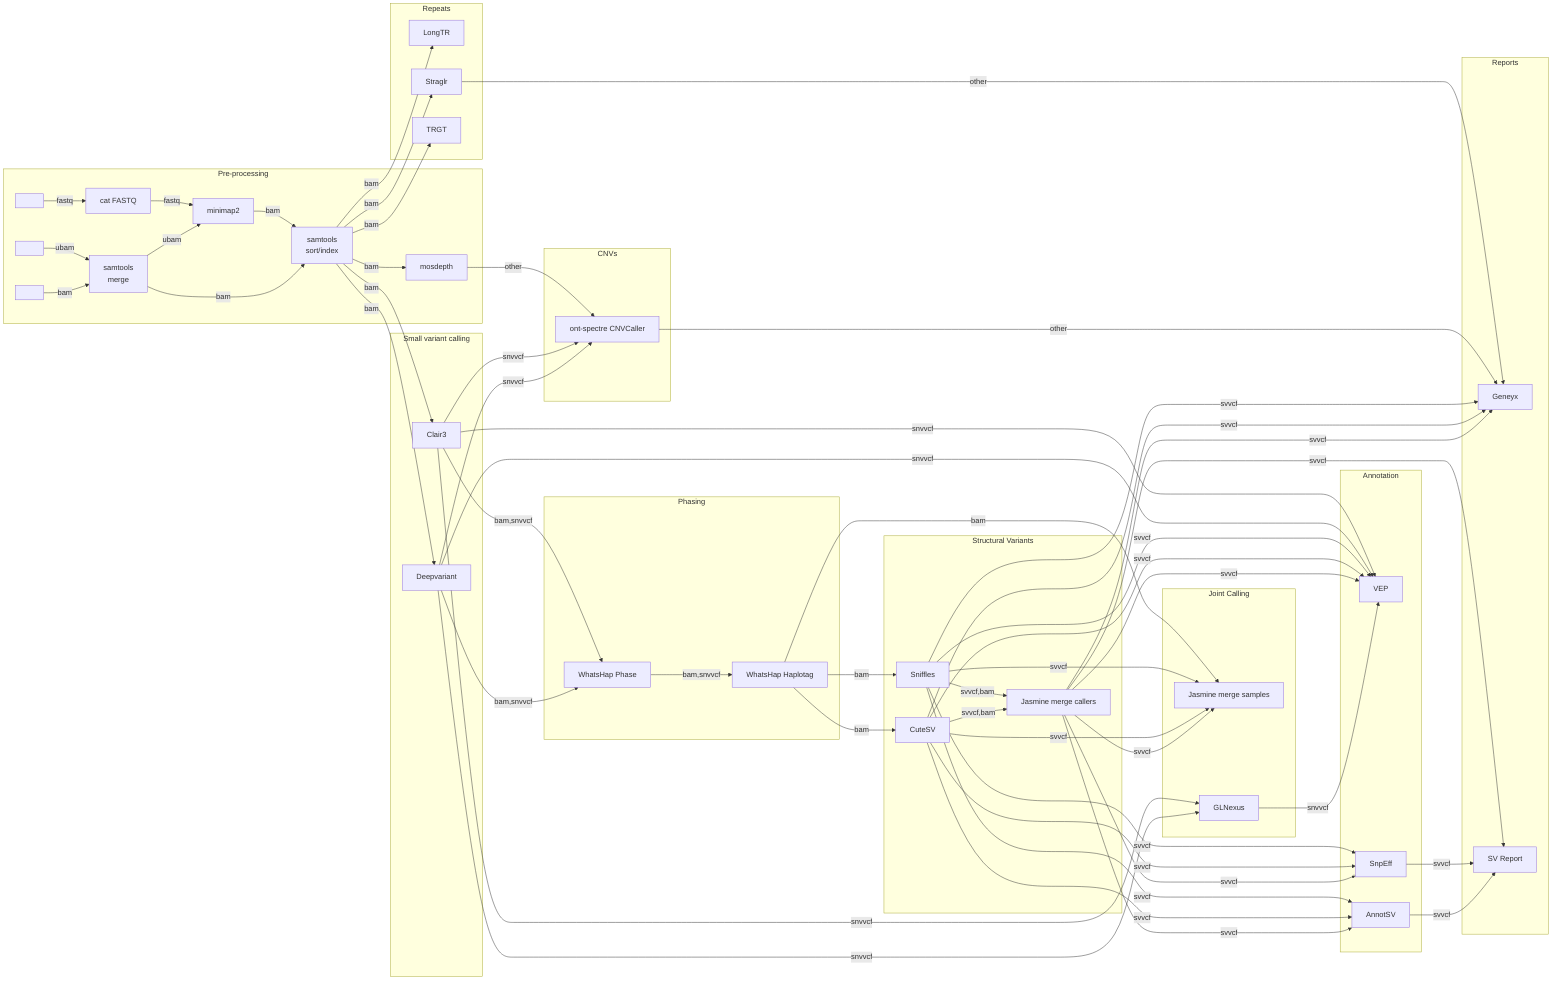
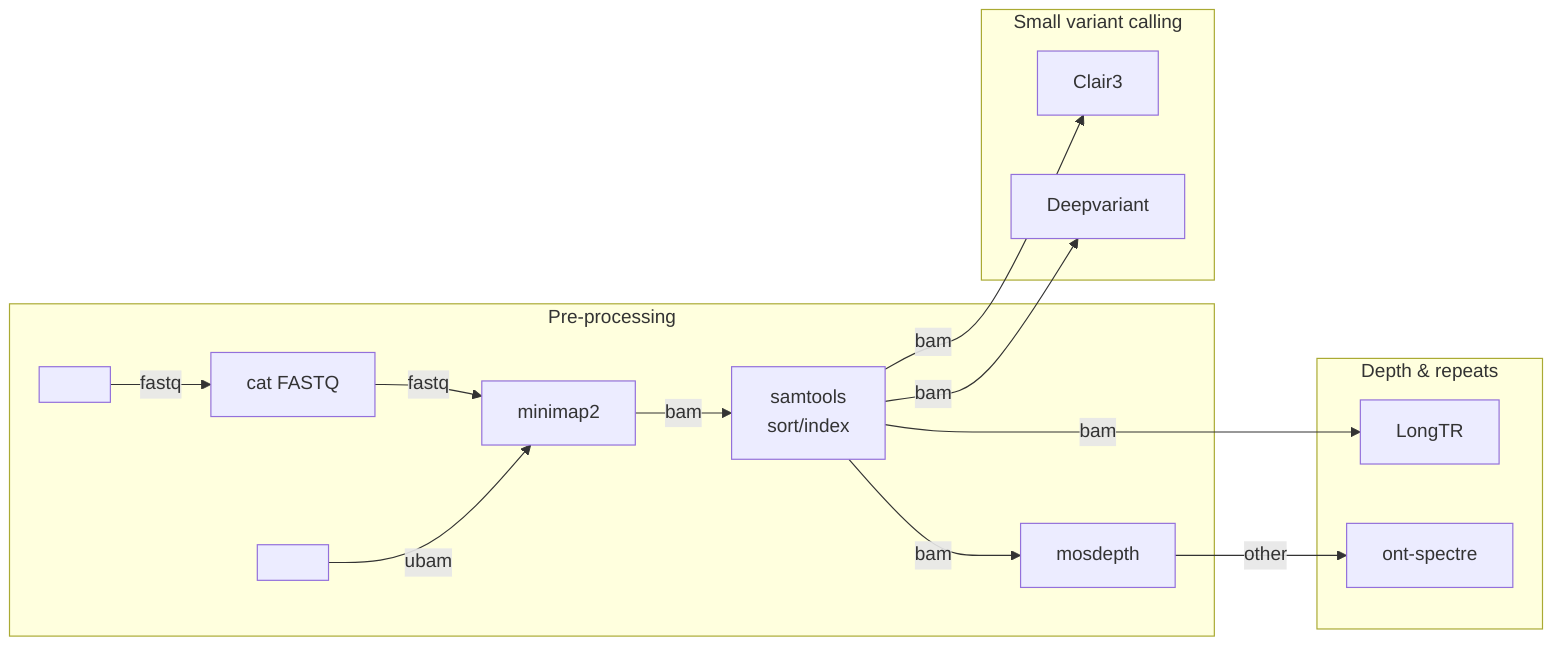
%%metro title: Multi-carrier off-row exit climb
%%metro style: dark
- %%metro directional: true
- %%metro files: fastq_in | FASTQ
- %%metro files: bam_in | BAM
- %%metro files: ubam_in | uBAM
%%metro line: ubam | uBAM | #0570b0
%%metro line: fastq | FASTQ | #2db572
%%metro line: bam | BAM | #f5c542
%%metro line: other | Other | #ff8c00
- %%metro line: snvvcf | SNV VCF | #e63946
- %%metro line: svvcf | SV VCF | #9d4edd
- %%metro legend: tl
- 
- %%metro grid: preprocessing | 0,0
- %%metro grid: small_variants | 1,0
- %%metro grid: tr_calling | 1,1
- %%metro grid: phasing | 2,0
- %%metro grid: cnv_calling | 2,1
- %%metro grid: structural_variants | 3,0
- %%metro grid: jointcalling | 4,0
- %%metro grid: annotation | 5,0
- %%metro grid: reports | 6,0
+ %%metro files: fastq_in | FASTQ
+ %%metro files: ubam_in | uBAM
+ %%metro grid: prep | 0,0
+ %%metro grid: variants | 1,0
+ %%metro grid: depth | 1,1

graph LR
-     subgraph preprocessing [Pre-processing]
+     subgraph prep [Pre-processing]

        fastq_in[ ]
-         bam_in[ ]
        ubam_in[ ]
        cat_fastq[cat FASTQ]
-         samtools_merge[samtools\nmerge]
        minimap2_align[minimap2]
        samtools_sort_index[samtools\nsort/index]
        mosdepth[mosdepth]

        fastq_in -->|fastq| cat_fastq
-         ubam_in -->|ubam| samtools_merge
-         bam_in -->|bam| samtools_merge
        cat_fastq -->|fastq| minimap2_align
-         samtools_merge -->|ubam| minimap2_align
+         ubam_in -->|ubam| minimap2_align
        minimap2_align -->|bam| samtools_sort_index
-         samtools_merge -->|bam| samtools_sort_index
        samtools_sort_index -->|bam| mosdepth
    end

-     subgraph small_variants [Small variant calling]
+     subgraph variants [Small variant calling]

        clair3[Clair3]
        deepvariant[Deepvariant]
    end

-     subgraph cnv_calling [CNVs]
+     subgraph depth [Depth & repeats]

-         ontspectre_cnvcaller[ont-spectre CNVCaller]
+         longtr[LongTR]
+         ontspectre[ont-spectre]
    end

-     subgraph tr_calling [Repeats]
- 
-         longtr[LongTR]
-         straglr[Straglr]
-         trgt[TRGT]
-     end
- 
-     subgraph phasing [Phasing]
- 
-         whatshap_phase[WhatsHap Phase]
-         whatshap_haplotag[WhatsHap Haplotag]
- 
-         whatshap_phase -->|bam,snvvcf| whatshap_haplotag
-     end
- 
-     subgraph structural_variants [Structural Variants]
- 
-         sniffles[Sniffles]
-         cutesv[CuteSV]
-         jasminesv_callers[Jasmine merge callers]
- 
-         sniffles -->|svvcf,bam| jasminesv_callers
-         cutesv -->|svvcf,bam| jasminesv_callers
-     end
- 
-     subgraph jointcalling [Joint Calling]
- 
-         jasminesv_samples[Jasmine merge samples]
-         glnexus[GLNexus]
-     end
- 
-     subgraph annotation [Annotation]
- 
-         vep[VEP]
-         snpeff[SnpEff]
-         annotsv[AnnotSV]
-     end
- 
-     subgraph reports [Reports]
- 
-         geneyx[Geneyx]
-         sv_report[SV Report]
-     end
- 
- 
-     %% Inter-section edges
+     %% Inter-section edges: the prep exit carries two lines (bam from
+     %% samtools_sort_index, other from mosdepth) off the carrier row and fans
+     %% out to two rows.
    samtools_sort_index -->|bam| clair3
    samtools_sort_index -->|bam| deepvariant
    samtools_sort_index -->|bam| longtr
-     samtools_sort_index -->|bam| straglr
-     samtools_sort_index -->|bam| trgt
- 
-     mosdepth -->|other| ontspectre_cnvcaller
- 
-     straglr -->|other| geneyx
- 
-     clair3 -->|snvvcf| ontspectre_cnvcaller
-     deepvariant -->|snvvcf| ontspectre_cnvcaller
- 
-     clair3 -->|bam,snvvcf| whatshap_phase
-     deepvariant -->|bam,snvvcf| whatshap_phase
- 
-     clair3 -->|snvvcf| glnexus
-     deepvariant -->|snvvcf| glnexus
- 
-     clair3 -->|snvvcf| vep
-     deepvariant -->|snvvcf| vep
- 
-     whatshap_haplotag -->|bam| sniffles
-     whatshap_haplotag -->|bam| cutesv
-     whatshap_haplotag -->|bam| jasminesv_samples
- 
-     ontspectre_cnvcaller -->|other| geneyx
- 
-     sniffles -->|svvcf| jasminesv_samples
-     sniffles -->|svvcf| vep
-     sniffles -->|svvcf| snpeff
-     sniffles -->|svvcf| annotsv
-     sniffles -->|svvcf| geneyx
- 
-     cutesv -->|svvcf| jasminesv_samples
-     cutesv -->|svvcf| vep
-     cutesv -->|svvcf| snpeff
-     cutesv -->|svvcf| annotsv
-     cutesv -->|svvcf| geneyx
- 
-     jasminesv_callers -->|svvcf| jasminesv_samples
-     jasminesv_callers -->|svvcf| vep
-     jasminesv_callers -->|svvcf| snpeff
-     jasminesv_callers -->|svvcf| annotsv
-     jasminesv_callers -->|svvcf| geneyx
-     jasminesv_callers -->|svvcf| sv_report
- 
-     snpeff -->|svvcf| sv_report
-     annotsv -->|svvcf| sv_report
- 
-     glnexus -->|snvvcf| vep
+     mosdepth -->|other| ontspectre
